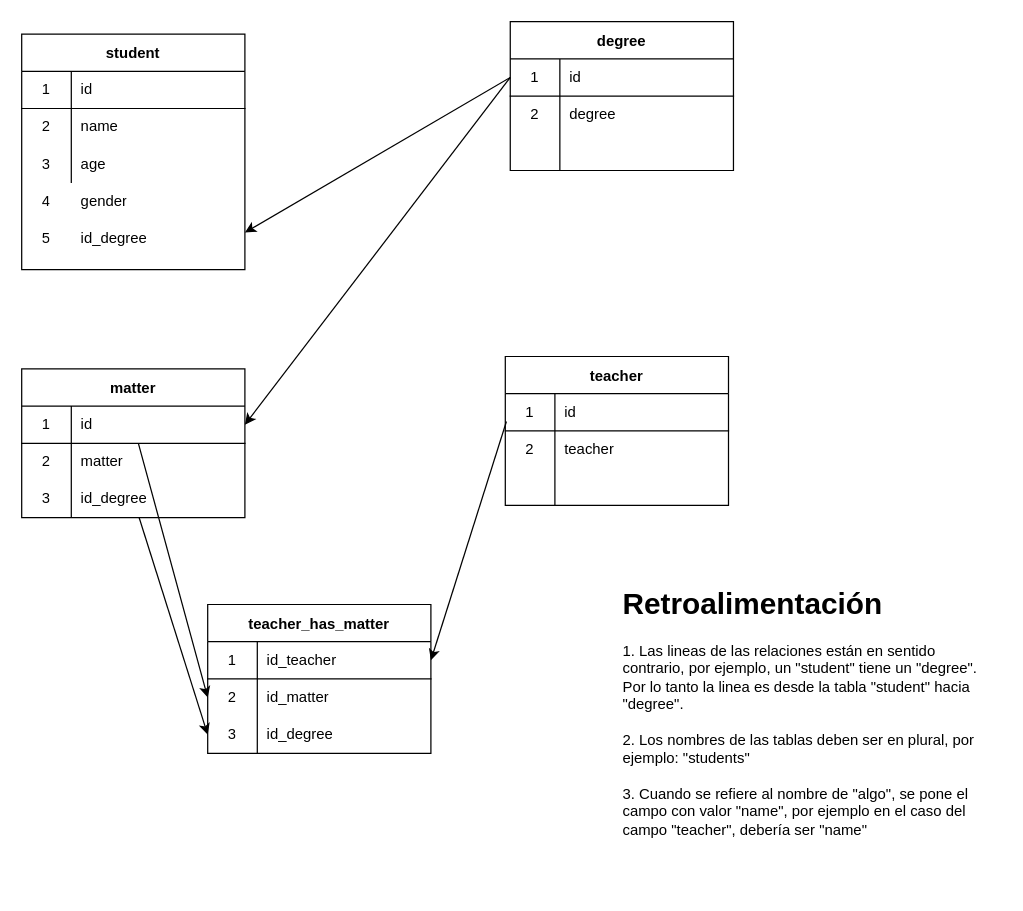
The draw.io diagram nelson/documentacion/db.drawio in project-ultra-2022/db.postgresql, before the edit. Source tidied: cells renumbered, new cells numbered last; positions are measured from the earlier drawing's top-left corner, leaving out a move shared by most shapes. Both pictures are drawn from the tidied source at 124%, with x=0, y=0 at pixel (21, 21).
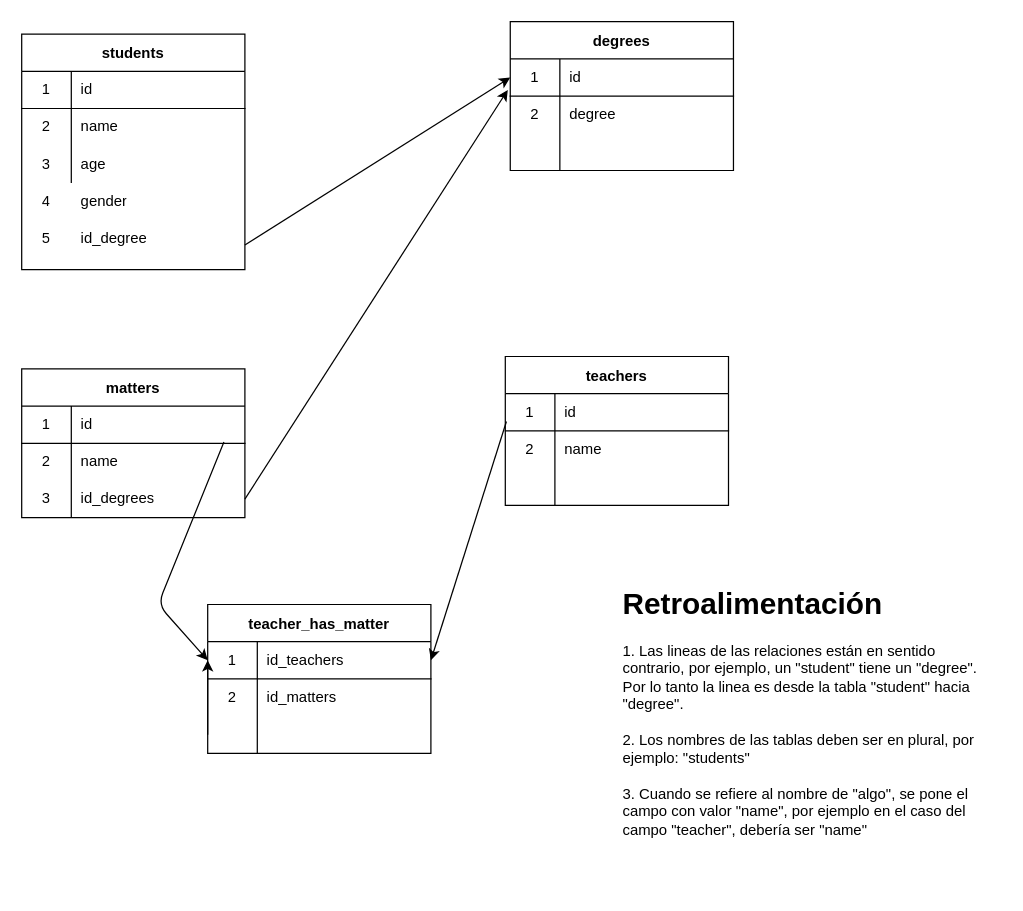
The same page after the edit.

Commit message:
correccion esquema

The change refers to these unchanged cells:
```xml
<mxCell id="18" style="shape=partialRectangle;html=1;whiteSpace=wrap;fillColor=none;top=0;left=0;bottom=1;right=0;points=[[0,0.5],[1,0.5]];portConstraint=eastwest;" parent="17" vertex="1">
  <mxGeometry y="30" width="180" height="30" as="geometry" />
</mxCell>
<mxCell id="21" style="shape=partialRectangle;html=1;whiteSpace=wrap;fillColor=none;top=0;left=0;bottom=0;right=0;points=[[0,0.5],[1,0.5]];portConstraint=eastwest;" parent="17" vertex="1">
  <mxGeometry y="60" width="180" height="30" as="geometry" />
</mxCell>
<mxCell id="24" style="shape=partialRectangle;html=1;whiteSpace=wrap;fillColor=none;top=0;left=0;bottom=0;right=0;points=[[0,0.5],[1,0.5]];portConstraint=eastwest;" parent="17" vertex="1">
  <mxGeometry y="90" width="180" height="30" as="geometry" />
</mxCell>
<mxCell id="31" style="shape=partialRectangle;html=1;whiteSpace=wrap;fillColor=none;top=0;left=0;bottom=0;right=0;" parent="27" vertex="1">
  <mxGeometry y="60" width="180" height="30" as="geometry" />
</mxCell>
<mxCell id="41" value="teacher_has_matter" style="shape=table;startSize=30;childLayout=tableLayout;rowLines=0;fontStyle=1;align=center;" parent="1" vertex="1">
  <mxGeometry x="150" y="470" width="180" height="120" as="geometry" />
</mxCell>
<mxCell id="42" style="shape=partialRectangle;html=1;whiteSpace=wrap;fillColor=none;top=0;left=0;bottom=1;right=0;points=[[0,0.5],[1,0.5]];portConstraint=eastwest;" parent="41" vertex="1">
  <mxGeometry y="30" width="180" height="30" as="geometry" />
</mxCell>
<mxCell id="45" style="shape=partialRectangle;html=1;whiteSpace=wrap;fillColor=none;top=0;left=0;bottom=0;right=0;points=[[0,0.5],[1,0.5]];portConstraint=eastwest;" parent="41" vertex="1">
  <mxGeometry y="60" width="180" height="30" as="geometry" />
</mxCell>
<mxCell id="48" style="shape=partialRectangle;html=1;whiteSpace=wrap;fillColor=none;top=0;left=0;bottom=0;right=0;points=[[0,0.5],[1,0.5]];portConstraint=eastwest;" parent="41" vertex="1">
  <mxGeometry y="90" width="180" height="30" as="geometry" />
</mxCell>
<mxCell id="57" style="shape=partialRectangle;html=1;whiteSpace=wrap;fillColor=none;top=0;left=0;bottom=1;right=0;points=[[0,0.5],[1,0.5]];portConstraint=eastwest;" parent="56" vertex="1">
  <mxGeometry y="30" width="180" height="30" as="geometry" />
</mxCell>
<mxCell id="60" style="shape=partialRectangle;html=1;whiteSpace=wrap;fillColor=none;top=0;left=0;bottom=0;right=0;points=[[0,0.5],[1,0.5]];portConstraint=eastwest;" parent="56" vertex="1">
  <mxGeometry y="60" width="180" height="30" as="geometry" />
</mxCell>
```

Diff of the diagram source:
```diff
@@
-    <mxCell id="4" value="student" style="shape=table;startSize=30;childLayout=tableLayout;rowLines=0;fontStyle=1;align=center;" parent="1" vertex="1">
+    <mxCell id="4" value="students" style="shape=table;startSize=30;childLayout=tableLayout;rowLines=0;fontStyle=1;align=center;" parent="1" vertex="1">
       <mxGeometry y="10" width="180" height="190" as="geometry" />
     </mxCell>
@@
-    <mxCell id="17" value="matter" style="shape=table;startSize=30;childLayout=tableLayout;rowLines=0;fontStyle=1;align=center;" parent="1" vertex="1">
+    <mxCell id="17" value="matters" style="shape=table;startSize=30;childLayout=tableLayout;rowLines=0;fontStyle=1;align=center;" parent="1" vertex="1">
       <mxGeometry y="280" width="180" height="120" as="geometry" />
     </mxCell>
@@
-    <mxCell id="23" value="matter" style="shape=partialRectangle;html=1;whiteSpace=wrap;fillColor=none;top=0;left=0;bottom=0;right=0;align=left;spacingLeft=6;overflow=hidden;" parent="21" vertex="1">
+    <mxCell id="23" value="name" style="shape=partialRectangle;html=1;whiteSpace=wrap;fillColor=none;top=0;left=0;bottom=0;right=0;align=left;spacingLeft=6;overflow=hidden;" parent="21" vertex="1">
       <mxGeometry x="40" width="140" height="30" as="geometry" />
     </mxCell>
@@
-    <mxCell id="26" value="id_degree" style="shape=partialRectangle;html=1;whiteSpace=wrap;fillColor=none;top=0;left=0;bottom=0;right=0;align=left;spacingLeft=6;overflow=hidden;" parent="24" vertex="1">
+    <mxCell id="26" value="id_degrees" style="shape=partialRectangle;html=1;whiteSpace=wrap;fillColor=none;top=0;left=0;bottom=0;right=0;align=left;spacingLeft=6;overflow=hidden;" parent="24" vertex="1">
       <mxGeometry x="40" width="140" height="30" as="geometry" />
     </mxCell>
-    <mxCell id="27" value="teacher" style="shape=table;startSize=30;childLayout=tableLayout;rowLines=0;fontStyle=1;align=center;" parent="1" vertex="1">
+    <mxCell id="27" value="teachers" style="shape=table;startSize=30;childLayout=tableLayout;rowLines=0;fontStyle=1;align=center;" parent="1" vertex="1">
       <mxGeometry x="390" y="270" width="180" height="120" as="geometry" />
     </mxCell>
@@
-    <mxCell id="33" value="teacher" style="shape=partialRectangle;html=1;whiteSpace=wrap;fillColor=none;top=0;left=0;bottom=0;right=0;align=left;spacingLeft=6;overflow=hidden;" parent="31" vertex="1">
+    <mxCell id="33" value="name" style="shape=partialRectangle;html=1;whiteSpace=wrap;fillColor=none;top=0;left=0;bottom=0;right=0;align=left;spacingLeft=6;overflow=hidden;" parent="31" vertex="1">
       <mxGeometry x="40" width="140" height="30" as="geometry" />
     </mxCell>
@@
-    <mxCell id="39" style="edgeStyle=none;html=1;exitX=0;exitY=0.5;exitDx=0;exitDy=0;" parent="1" edge="1">
-      <mxGeometry relative="1" as="geometry">
-        <mxPoint x="394" y="45" as="sourcePoint" />
-        <mxPoint x="180" y="170" as="targetPoint" />
-      </mxGeometry>
-    </mxCell>
-    <mxCell id="40" style="edgeStyle=none;html=1;entryX=1;entryY=0.5;entryDx=0;entryDy=0;exitX=0;exitY=0.5;exitDx=0;exitDy=0;" parent="1" edge="1" target="18">
-      <mxGeometry relative="1" as="geometry">
-        <mxPoint x="394" y="45" as="sourcePoint" />
-      </mxGeometry>
-    </mxCell>
@@
-    <mxCell id="44" value="id_teacher" style="shape=partialRectangle;html=1;whiteSpace=wrap;fillColor=none;top=0;left=0;bottom=0;right=0;align=left;spacingLeft=6;overflow=hidden;" parent="42" vertex="1">
+    <mxCell id="44" value="id_teachers" style="shape=partialRectangle;html=1;whiteSpace=wrap;fillColor=none;top=0;left=0;bottom=0;right=0;align=left;spacingLeft=6;overflow=hidden;" parent="42" vertex="1">
       <mxGeometry x="40" width="140" height="30" as="geometry" />
     </mxCell>
@@
-    <mxCell id="47" value="id_matter" style="shape=partialRectangle;html=1;whiteSpace=wrap;fillColor=none;top=0;left=0;bottom=0;right=0;align=left;spacingLeft=6;overflow=hidden;" parent="45" vertex="1">
+    <mxCell id="47" value="id_matters" style="shape=partialRectangle;html=1;whiteSpace=wrap;fillColor=none;top=0;left=0;bottom=0;right=0;align=left;spacingLeft=6;overflow=hidden;" parent="45" vertex="1">
       <mxGeometry x="40" width="140" height="30" as="geometry" />
     </mxCell>
+    <mxCell id="67" style="edgeStyle=none;html=1;exitX=0;exitY=0.5;exitDx=0;exitDy=0;entryX=0;entryY=0.5;entryDx=0;entryDy=0;" parent="41" edge="1" source="48" target="42">
+      <mxGeometry relative="1" as="geometry" />
+    </mxCell>
@@
-    <mxCell id="51" value="3" style="shape=partialRectangle;html=1;whiteSpace=wrap;fillColor=none;top=0;left=0;bottom=0;right=0;overflow=hidden;" parent="1" vertex="1">
-      <mxGeometry x="150" y="560" width="40" height="30" as="geometry" />
-    </mxCell>
-    <mxCell id="52" value="id_degree" style="shape=partialRectangle;html=1;whiteSpace=wrap;fillColor=none;top=0;left=0;bottom=0;right=0;align=left;spacingLeft=6;overflow=hidden;" parent="1" vertex="1">
+    <mxCell id="52" style="shape=partialRectangle;html=1;whiteSpace=wrap;fillColor=none;top=0;left=0;bottom=0;right=0;align=left;spacingLeft=6;overflow=hidden;" parent="1" vertex="1">
       <mxGeometry x="190" y="560" width="140" height="30" as="geometry" />
     </mxCell>
-    <mxCell id="53" style="edgeStyle=none;html=1;entryX=0;entryY=0.5;entryDx=0;entryDy=0;" parent="1" edge="1" source="24" target="48">
-      <mxGeometry relative="1" as="geometry" />
+    <mxCell id="53" style="edgeStyle=none;html=1;entryX=0;entryY=0.5;entryDx=0;entryDy=0;exitX=0.906;exitY=-0.033;exitDx=0;exitDy=0;exitPerimeter=0;" parent="1" edge="1" source="21" target="42">
+      <mxGeometry relative="1" as="geometry">
+        <Array as="points">
+          <mxPoint x="110" y="470" />
+        </Array>
+      </mxGeometry>
     </mxCell>
-    <mxCell id="54" style="edgeStyle=none;html=1;entryX=0;entryY=0.5;entryDx=0;entryDy=0;" parent="1" edge="1" source="18" target="45">
-      <mxGeometry relative="1" as="geometry" />
-    </mxCell>
@@
-    <mxCell id="56" value="degree" style="shape=table;startSize=30;childLayout=tableLayout;rowLines=0;fontStyle=1;align=center;" parent="1" vertex="1">
+    <mxCell id="56" value="degrees" style="shape=table;startSize=30;childLayout=tableLayout;rowLines=0;fontStyle=1;align=center;" parent="1" vertex="1">
       <mxGeometry x="394" width="180" height="120" as="geometry" />
     </mxCell>
@@
+    <mxCell id="68" style="edgeStyle=none;html=1;entryX=0;entryY=0.5;entryDx=0;entryDy=0;" parent="1" edge="1" target="57">
+      <mxGeometry relative="1" as="geometry">
+        <mxPoint x="180" y="180" as="sourcePoint" />
+      </mxGeometry>
+    </mxCell>
+    <mxCell id="69" style="edgeStyle=none;html=1;entryX=-0.011;entryY=-0.167;entryDx=0;entryDy=0;entryPerimeter=0;exitX=1;exitY=0.5;exitDx=0;exitDy=0;" parent="1" edge="1" source="24" target="60">
+      <mxGeometry relative="1" as="geometry" />
+    </mxCell>
```
